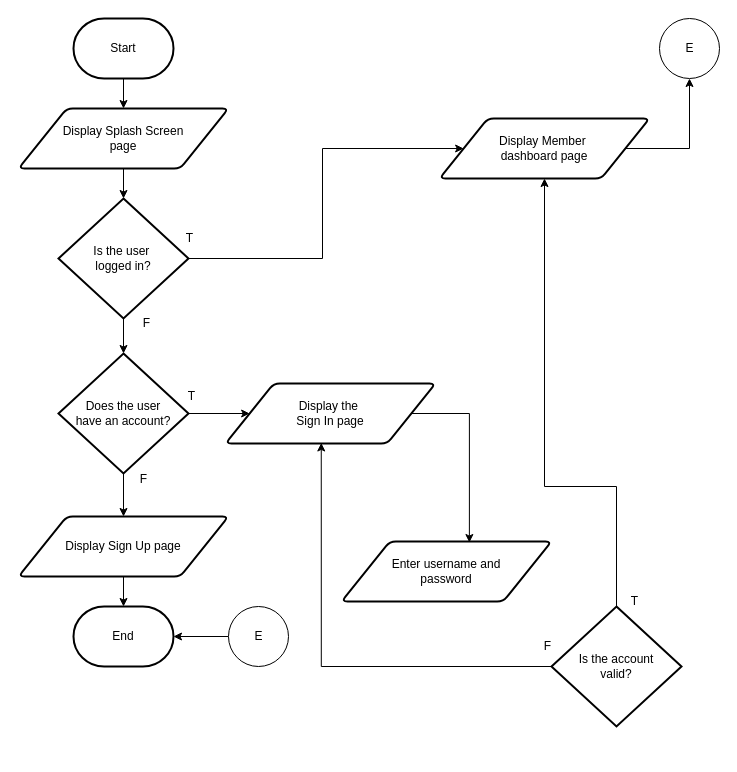
The draw.io diagram page "Page - Open Android App" (1 of 19) of KP2.drawio in dapzz-id/DrawIO, before the edit. Source tidied: cells renumbered, new cells numbered last; positions are measured from the earlier drawing's top-left corner, leaving out a move shared by most shapes. Both pictures are drawn from the tidied source at 100%, with x=0, y=0 at pixel (18, 18).
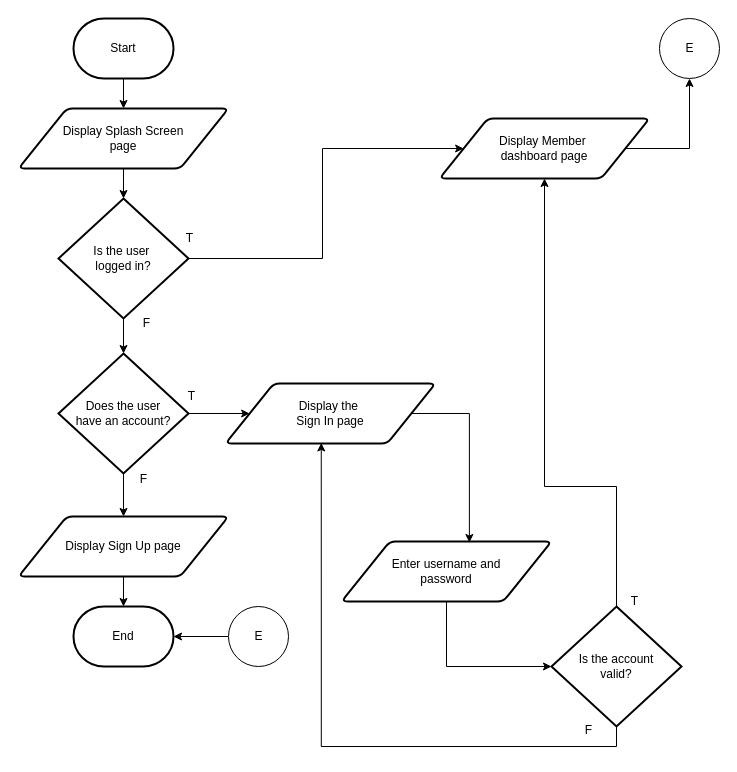
The same page after the edit.

The change refers to these unchanged cells:
```xml
<mxCell id="9" value="Display the&amp;nbsp;&lt;div&gt;Sign In&amp;nbsp;&lt;span style=&quot;background-color: transparent; color: light-dark(rgb(0, 0, 0), rgb(255, 255, 255));&quot;&gt;page&lt;/span&gt;&lt;/div&gt;" style="shape=parallelogram;html=1;strokeWidth=2;perimeter=parallelogramPerimeter;whiteSpace=wrap;rounded=1;arcSize=12;size=0.23;" parent="1" vertex="1">
  <mxGeometry x="207" y="365" width="210" height="60" as="geometry" />
</mxCell>
<mxCell id="19" value="Is the account&lt;div&gt;valid?&lt;/div&gt;" style="strokeWidth=2;html=1;shape=mxgraph.flowchart.decision;whiteSpace=wrap;" parent="1" vertex="1">
  <mxGeometry x="533" y="588" width="130" height="120" as="geometry" />
</mxCell>
<mxCell id="32" value="Enter username and&lt;div&gt;password&lt;/div&gt;" style="shape=parallelogram;html=1;strokeWidth=2;perimeter=parallelogramPerimeter;whiteSpace=wrap;rounded=1;arcSize=12;size=0.23;" parent="1" vertex="1">
  <mxGeometry x="323" y="523" width="210" height="60" as="geometry" />
</mxCell>
```

What changed in the source:
```diff
@@
     <mxCell id="21" value="F" style="text;html=1;align=center;verticalAlign=middle;strokeColor=none;fillColor=none;" parent="1" vertex="1">
-      <mxGeometry x="514" y="613" width="30" height="30" as="geometry" />
+      <mxGeometry x="555" y="697" width="30" height="30" as="geometry" />
     </mxCell>
@@
     <mxCell id="26" style="edgeStyle=orthogonalEdgeStyle;rounded=0;orthogonalLoop=1;jettySize=auto;html=1;" parent="1" edge="1">
       <mxGeometry relative="1" as="geometry">
-        <mxPoint x="184" y="815" as="sourcePoint" />
+        <mxPoint x="177" y="657" as="sourcePoint" />
       </mxGeometry>
     </mxCell>
     <mxCell id="27" style="edgeStyle=orthogonalEdgeStyle;rounded=0;orthogonalLoop=1;jettySize=auto;html=1;" parent="1" edge="1">
       <mxGeometry relative="1" as="geometry">
-        <mxPoint x="243.2" y="915" as="targetPoint" />
+        <mxPoint x="236.2" y="757" as="targetPoint" />
       </mxGeometry>
     </mxCell>
@@
-    <mxCell id="31" style="edgeStyle=orthogonalEdgeStyle;rounded=0;jettySize=auto;html=1;exitX=0;exitY=0.5;exitDx=0;exitDy=0;exitPerimeter=0;entryX=0.456;entryY=0.991;entryDx=0;entryDy=0;entryPerimeter=0;" parent="1" edge="1" source="19" target="9">
+    <mxCell id="31" style="edgeStyle=orthogonalEdgeStyle;rounded=0;jettySize=auto;html=1;exitX=0.5;exitY=1;exitDx=0;exitDy=0;exitPerimeter=0;entryX=0.456;entryY=0.991;entryDx=0;entryDy=0;entryPerimeter=0;" parent="1" edge="1" source="19" target="9">
       <mxGeometry relative="1" as="geometry" />
     </mxCell>
@@
+    <mxCell id="34" style="edgeStyle=orthogonalEdgeStyle;rounded=0;jettySize=auto;html=1;exitX=0.5;exitY=1;exitDx=0;exitDy=0;entryX=0;entryY=0.5;entryDx=0;entryDy=0;entryPerimeter=0;" parent="1" edge="1" source="32" target="19">
+      <mxGeometry relative="1" as="geometry" />
+    </mxCell>
```
